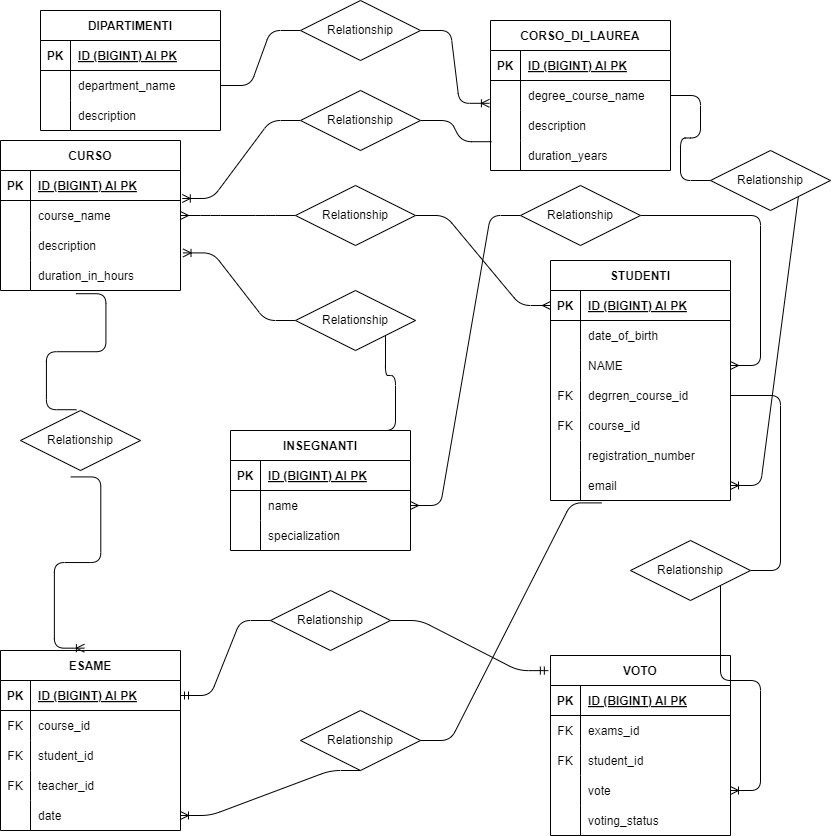
Before: db.drawio.png, a diagram exported from draw.io (danielaconceicao/db-university). Source tidied: cells renumbered, new cells last; positions are measured from the earlier drawing's top-left corner, leaving out a move shared by most shapes.
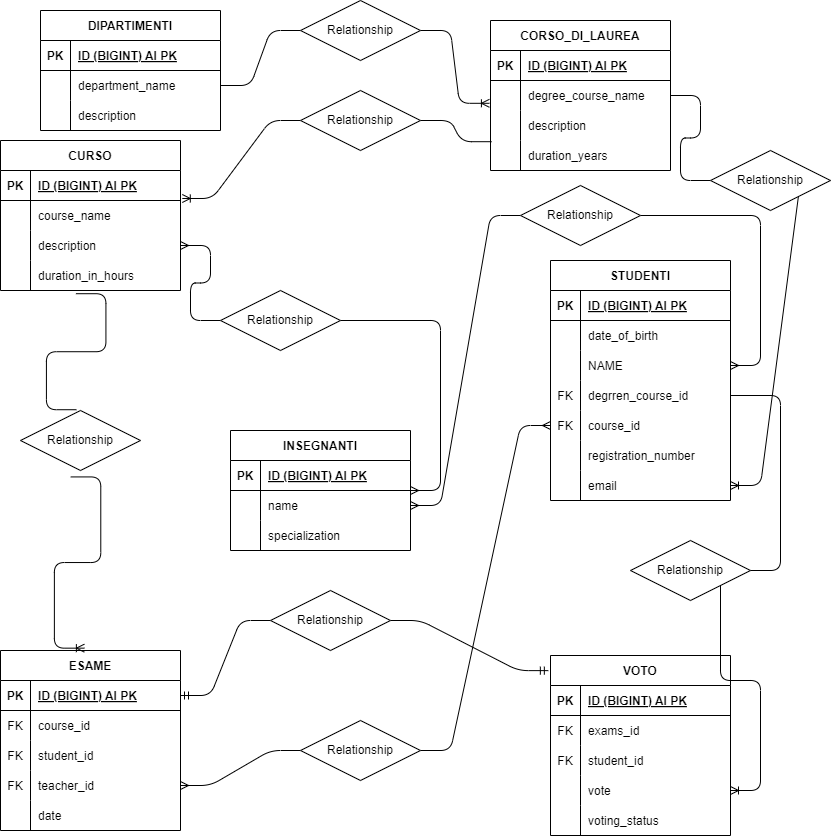
Later version of the same file.

What changed in the source:
```diff
@@ -311,15 +311,6 @@
     <mxCell id="104" value="Relationship" style="shape=rhombus;perimeter=rhombusPerimeter;whiteSpace=wrap;html=1;align=center;strokeColor=default;strokeWidth=1;" parent="1" vertex="1">
       <mxGeometry x="300" width="120" height="60" as="geometry" />
     </mxCell>
-    <mxCell id="105" style="edgeStyle=entityRelationEdgeStyle;fontSize=12;html=1;endArrow=ERmany;startArrow=none;" parent="1" edge="1" source="107" target="65">
-      <mxGeometry relative="1" as="geometry" />
-    </mxCell>
-    <mxCell id="106" style="edgeStyle=entityRelationEdgeStyle;fontSize=12;html=1;endArrow=none;startArrow=ERmany;exitX=1;exitY=0.5;exitDx=0;exitDy=0;" parent="1" edge="1" source="29" target="107">
-      <mxGeometry relative="1" as="geometry" />
-    </mxCell>
-    <mxCell id="107" value="Relationship" style="shape=rhombus;perimeter=rhombusPerimeter;whiteSpace=wrap;html=1;align=center;strokeColor=default;strokeWidth=1;" parent="1" vertex="1">
-      <mxGeometry x="295" y="185" width="120" height="60" as="geometry" />
-    </mxCell>
     <mxCell id="108" style="edgeStyle=entityRelationEdgeStyle;fontSize=12;html=1;endArrow=ERoneToMany;exitX=0;exitY=0.5;exitDx=0;exitDy=0;entryX=1.01;entryY=0.933;entryDx=0;entryDy=0;entryPerimeter=0;startArrow=none;" parent="1" edge="1" source="110" target="26">
       <mxGeometry relative="1" as="geometry" />
     </mxCell>
@@ -329,15 +320,6 @@
     <mxCell id="110" value="Relationship" style="shape=rhombus;perimeter=rhombusPerimeter;whiteSpace=wrap;html=1;align=center;strokeColor=default;strokeWidth=1;" parent="1" vertex="1">
       <mxGeometry x="300" y="90" width="120" height="60" as="geometry" />
     </mxCell>
-    <mxCell id="111" style="edgeStyle=entityRelationEdgeStyle;fontSize=12;html=1;endArrow=ERoneToMany;exitX=0;exitY=0.5;exitDx=0;exitDy=0;entryX=1.014;entryY=0.747;entryDx=0;entryDy=0;entryPerimeter=0;startArrow=none;" parent="1" edge="1" source="113" target="32">
-      <mxGeometry relative="1" as="geometry" />
-    </mxCell>
-    <mxCell id="112" style="edgeStyle=entityRelationEdgeStyle;fontSize=12;html=1;endArrow=none;exitX=0.75;exitY=0;exitDx=0;exitDy=0;entryX=1;entryY=0.5;entryDx=0;entryDy=0;" parent="1" edge="1" source="38" target="113">
-      <mxGeometry relative="1" as="geometry" />
-    </mxCell>
-    <mxCell id="113" value="Relationship" style="shape=rhombus;perimeter=rhombusPerimeter;whiteSpace=wrap;html=1;align=center;strokeColor=default;strokeWidth=1;" parent="1" vertex="1">
-      <mxGeometry x="295" y="290" width="120" height="60" as="geometry" />
-    </mxCell>
     <mxCell id="114" style="edgeStyle=entityRelationEdgeStyle;fontSize=12;html=1;endArrow=ERoneToMany;exitX=0.419;exitY=1.107;exitDx=0;exitDy=0;exitPerimeter=0;entryX=0.466;entryY=-0.013;entryDx=0;entryDy=0;entryPerimeter=0;startArrow=none;" parent="1" edge="1" source="116" target="48">
       <mxGeometry relative="1" as="geometry" />
     </mxCell>
@@ -356,15 +338,6 @@
     <mxCell id="119" value="Relationship" style="shape=rhombus;perimeter=rhombusPerimeter;whiteSpace=wrap;html=1;align=center;strokeColor=default;strokeWidth=1;" parent="1" vertex="1">
       <mxGeometry x="710" y="150" width="120" height="60" as="geometry" />
     </mxCell>
-    <mxCell id="120" style="edgeStyle=entityRelationEdgeStyle;fontSize=12;html=1;endArrow=ERoneToMany;exitX=0.5;exitY=1;exitDx=0;exitDy=0;entryX=1;entryY=0.5;entryDx=0;entryDy=0;startArrow=none;" parent="1" edge="1" source="122" target="61">
-      <mxGeometry relative="1" as="geometry" />
-    </mxCell>
-    <mxCell id="121" style="edgeStyle=entityRelationEdgeStyle;fontSize=12;html=1;endArrow=none;exitX=0.283;exitY=1.08;exitDx=0;exitDy=0;exitPerimeter=0;entryX=1;entryY=0.5;entryDx=0;entryDy=0;" parent="1" edge="1" source="83" target="122">
-      <mxGeometry relative="1" as="geometry" />
-    </mxCell>
-    <mxCell id="122" value="Relationship" style="shape=rhombus;perimeter=rhombusPerimeter;whiteSpace=wrap;html=1;align=center;strokeColor=default;strokeWidth=1;" parent="1" vertex="1">
-      <mxGeometry x="300" y="710" width="120" height="60" as="geometry" />
-    </mxCell>
     <mxCell id="123" style="edgeStyle=entityRelationEdgeStyle;fontSize=12;html=1;endArrow=ERoneToMany;exitX=1;exitY=0.5;exitDx=0;exitDy=0;startArrow=none;" parent="1" edge="1" source="125" target="96">
       <mxGeometry relative="1" as="geometry" />
     </mxCell>
@@ -392,5 +365,23 @@
     <mxCell id="131" value="Relationship" style="shape=rhombus;perimeter=rhombusPerimeter;whiteSpace=wrap;html=1;align=center;strokeColor=default;strokeWidth=1;" parent="1" vertex="1">
       <mxGeometry x="520" y="185" width="120" height="60" as="geometry" />
     </mxCell>
+    <mxCell id="132" style="edgeStyle=entityRelationEdgeStyle;fontSize=12;html=1;endArrow=ERmany;startArrow=none;exitX=1;exitY=0.5;exitDx=0;exitDy=0;" parent="1" edge="1" source="113" target="38">
+      <mxGeometry relative="1" as="geometry" />
+    </mxCell>
+    <mxCell id="133" style="edgeStyle=entityRelationEdgeStyle;fontSize=12;html=1;endArrow=none;startArrow=ERmany;exitX=1;exitY=0.5;exitDx=0;exitDy=0;" parent="1" edge="1" source="32" target="113">
+      <mxGeometry relative="1" as="geometry" />
+    </mxCell>
+    <mxCell id="113" value="Relationship" style="shape=rhombus;perimeter=rhombusPerimeter;whiteSpace=wrap;html=1;align=center;strokeColor=default;strokeWidth=1;" parent="1" vertex="1">
+      <mxGeometry x="220" y="290" width="120" height="60" as="geometry" />
+    </mxCell>
+    <mxCell id="134" style="edgeStyle=entityRelationEdgeStyle;fontSize=12;html=1;endArrow=ERmany;startArrow=none;entryX=0;entryY=0.5;entryDx=0;entryDy=0;exitX=1;exitY=0.5;exitDx=0;exitDy=0;" parent="1" edge="1" source="107" target="77">
+      <mxGeometry relative="1" as="geometry" />
+    </mxCell>
+    <mxCell id="135" style="edgeStyle=entityRelationEdgeStyle;fontSize=12;html=1;endArrow=none;startArrow=ERmany;entryX=0;entryY=0.5;entryDx=0;entryDy=0;exitX=1;exitY=0.5;exitDx=0;exitDy=0;" parent="1" edge="1" source="58" target="107">
+      <mxGeometry relative="1" as="geometry" />
+    </mxCell>
+    <mxCell id="107" value="Relationship" style="shape=rhombus;perimeter=rhombusPerimeter;whiteSpace=wrap;html=1;align=center;strokeColor=default;strokeWidth=1;" parent="1" vertex="1">
+      <mxGeometry x="300" y="720" width="120" height="60" as="geometry" />
+    </mxCell>
   </root>
 </mxGraphModel>
```
